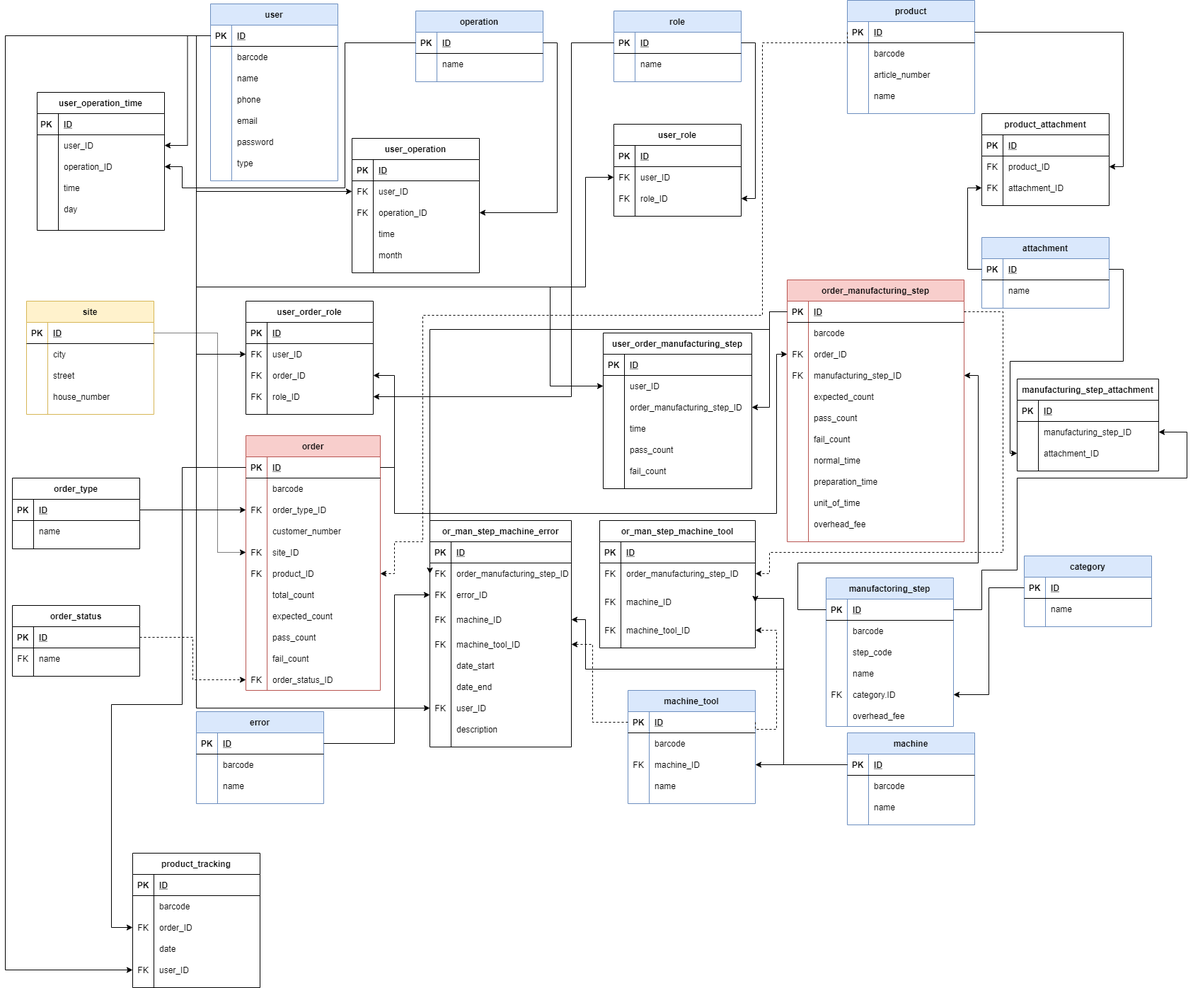
The draw.io diagram DOC/diagrams/database_plan_2_0_0.png in KerteszZoltan/mesterminal, before a commit. Source tidied: cells renumbered, new cells last; positions are measured from the earlier drawing's top-left corner, leaving out a move shared by most shapes.
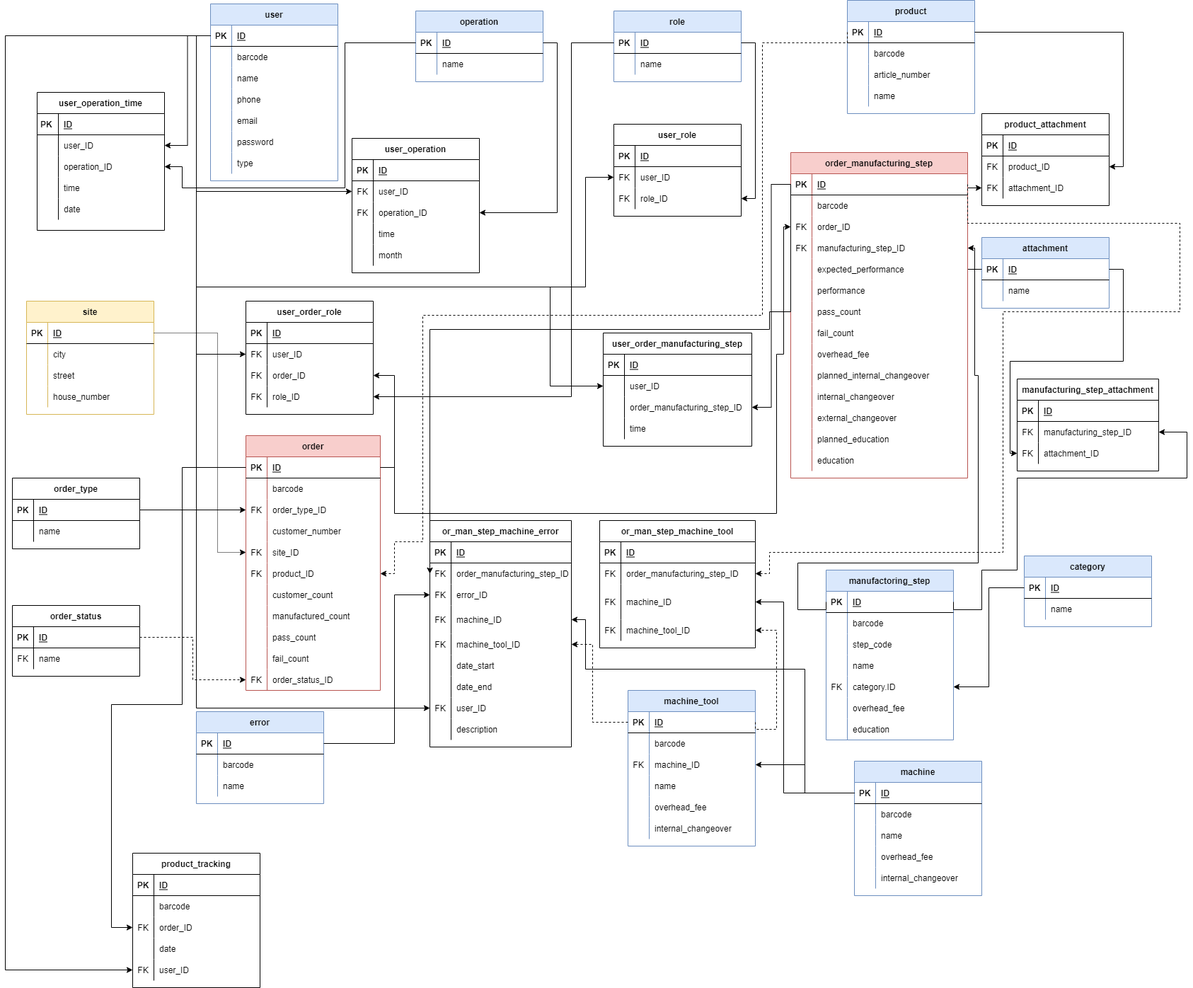
After the commit.

Commit message:
updata database plan png from drawio

What changed in the source:
```diff
@@ -272,3 +272,3 @@
     </mxCell>
-    <mxCell id="89" value="total_count" style="shape=partialRectangle;fillColor=none;top=0;left=0;bottom=0;right=0;align=left;spacingLeft=6;overflow=hidden;" parent="87" vertex="1">
+    <mxCell id="89" value="customer_count" style="shape=partialRectangle;fillColor=none;top=0;left=0;bottom=0;right=0;align=left;spacingLeft=6;overflow=hidden;" parent="87" vertex="1">
       <mxGeometry x="30" width="160" height="30" as="geometry" />
@@ -281,3 +281,3 @@
     </mxCell>
-    <mxCell id="92" value="expected_count" style="shape=partialRectangle;fillColor=none;top=0;left=0;bottom=0;right=0;align=left;spacingLeft=6;overflow=hidden;" parent="90" vertex="1">
+    <mxCell id="92" value="manufactured_count" style="shape=partialRectangle;fillColor=none;top=0;left=0;bottom=0;right=0;align=left;spacingLeft=6;overflow=hidden;" parent="90" vertex="1">
       <mxGeometry x="30" width="160" height="30" as="geometry" />
@@ -471,3 +471,3 @@
     <mxCell id="155" value="machine" style="shape=table;startSize=30;rowLines=0;fontStyle=1;align=center;fillColor=#dae8fc;strokeColor=#6c8ebf;" parent="1" vertex="1">
-      <mxGeometry x="1190" y="1035" width="180" height="130" as="geometry" />
+      <mxGeometry x="1200" y="1075" width="180" height="190" as="geometry" />
     </mxCell>
@@ -500,2 +500,20 @@
     </mxCell>
+    <mxCell id="396" style="shape=partialRectangle;fillColor=none;top=0;left=0;bottom=0;right=0;" parent="155" vertex="1">
+      <mxGeometry y="120" width="180" height="30" as="geometry" />
+    </mxCell>
+    <mxCell id="397" style="shape=partialRectangle;fillColor=none;top=0;left=0;bottom=0;right=0;overflow=hidden;" parent="396" vertex="1">
+      <mxGeometry width="30" height="30" as="geometry" />
+    </mxCell>
+    <mxCell id="398" value="overhead_fee" style="shape=partialRectangle;fillColor=none;top=0;left=0;bottom=0;right=0;align=left;spacingLeft=6;overflow=hidden;" parent="396" vertex="1">
+      <mxGeometry x="30" width="150" height="30" as="geometry" />
+    </mxCell>
+    <mxCell id="399" style="shape=partialRectangle;fillColor=none;top=0;left=0;bottom=0;right=0;" parent="155" vertex="1">
+      <mxGeometry y="150" width="180" height="30" as="geometry" />
+    </mxCell>
+    <mxCell id="400" style="shape=partialRectangle;fillColor=none;top=0;left=0;bottom=0;right=0;overflow=hidden;" parent="399" vertex="1">
+      <mxGeometry width="30" height="30" as="geometry" />
+    </mxCell>
+    <mxCell id="401" value="internal_changeover" style="shape=partialRectangle;fillColor=none;top=0;left=0;bottom=0;right=0;align=left;spacingLeft=6;overflow=hidden;" parent="399" vertex="1">
+      <mxGeometry x="30" width="150" height="30" as="geometry" />
+    </mxCell>
     <mxCell id="165" value="or_man_step_machine_tool" style="shape=table;startSize=30;rowLines=0;fontStyle=1;align=center;" parent="1" vertex="1">
@@ -542,4 +560,4 @@
         <Array as="points">
-          <mxPoint x="1100" y="1080" />
-          <mxPoint x="1100" y="845" />
+          <mxPoint x="1100" y="1120" />
+          <mxPoint x="1100" y="850" />
         </Array>
@@ -704,3 +722,3 @@
     <mxCell id="231" value="manufactoring_step" style="shape=table;startSize=30;rowLines=0;fontStyle=1;align=center;fillColor=#dae8fc;strokeColor=#6c8ebf;" parent="1" vertex="1">
-      <mxGeometry x="1160" y="816" width="180" height="210" as="geometry" />
+      <mxGeometry x="1160" y="805" width="180" height="240" as="geometry" />
     </mxCell>
@@ -760,2 +778,11 @@
     </mxCell>
+    <mxCell id="402" style="shape=partialRectangle;fillColor=none;top=0;left=0;bottom=0;right=0;" parent="231" vertex="1">
+      <mxGeometry y="210" width="180" height="30" as="geometry" />
+    </mxCell>
+    <mxCell id="403" value="      &#10;" style="shape=partialRectangle;fillColor=none;top=0;left=0;bottom=0;right=0;overflow=hidden;" parent="402" vertex="1">
+      <mxGeometry width="30" height="30" as="geometry" />
+    </mxCell>
+    <mxCell id="404" value="education" style="shape=partialRectangle;fillColor=none;top=0;left=0;bottom=0;right=0;align=left;spacingLeft=6;overflow=hidden;" parent="402" vertex="1">
+      <mxGeometry x="30" width="150" height="30" as="geometry" />
+    </mxCell>
     <mxCell id="250" value="category" style="shape=table;startSize=30;rowLines=0;fontStyle=1;align=center;fillColor=#dae8fc;strokeColor=#6c8ebf;" parent="1" vertex="1">
@@ -785,3 +812,3 @@
     <mxCell id="258" value="order_manufacturing_step" style="shape=table;startSize=30;rowLines=0;fontStyle=1;align=center;fillColor=#f8cecc;strokeColor=#b85450;" parent="1" vertex="1">
-      <mxGeometry x="1105" y="395" width="250" height="370" as="geometry" />
+      <mxGeometry x="1110" y="215" width="250" height="460" as="geometry" />
     </mxCell>
@@ -829,7 +856,16 @@
     </mxCell>
-    <mxCell id="273" value="expected_count" style="shape=partialRectangle;fillColor=none;top=0;left=0;bottom=0;right=0;align=left;spacingLeft=6;overflow=hidden;" parent="271" vertex="1">
+    <mxCell id="273" value="expected_performance" style="shape=partialRectangle;fillColor=none;top=0;left=0;bottom=0;right=0;align=left;spacingLeft=6;overflow=hidden;" parent="271" vertex="1">
       <mxGeometry x="30" width="220" height="30" as="geometry" />
     </mxCell>
+    <mxCell id="405" style="shape=partialRectangle;fillColor=none;top=0;left=0;bottom=0;right=0;" parent="258" vertex="1">
+      <mxGeometry y="180" width="250" height="30" as="geometry" />
+    </mxCell>
+    <mxCell id="406" style="shape=partialRectangle;fillColor=none;top=0;left=0;bottom=0;right=0;overflow=hidden;" parent="405" vertex="1">
+      <mxGeometry width="30" height="30" as="geometry" />
+    </mxCell>
+    <mxCell id="407" value="performance" style="shape=partialRectangle;fillColor=none;top=0;left=0;bottom=0;right=0;align=left;spacingLeft=6;overflow=hidden;" parent="405" vertex="1">
+      <mxGeometry x="30" width="220" height="30" as="geometry" />
+    </mxCell>
     <mxCell id="274" style="shape=partialRectangle;fillColor=none;top=0;left=0;bottom=0;right=0;" parent="258" vertex="1">
-      <mxGeometry y="180" width="250" height="30" as="geometry" />
+      <mxGeometry y="210" width="250" height="30" as="geometry" />
     </mxCell>
@@ -842,3 +878,3 @@
     <mxCell id="277" style="shape=partialRectangle;fillColor=none;top=0;left=0;bottom=0;right=0;" parent="258" vertex="1">
-      <mxGeometry y="210" width="250" height="30" as="geometry" />
+      <mxGeometry y="240" width="250" height="30" as="geometry" />
     </mxCell>
@@ -850,13 +886,13 @@
     </mxCell>
-    <mxCell id="280" style="shape=partialRectangle;fillColor=none;top=0;left=0;bottom=0;right=0;" parent="258" vertex="1">
-      <mxGeometry y="240" width="250" height="30" as="geometry" />
-    </mxCell>
-    <mxCell id="281" style="shape=partialRectangle;fillColor=none;top=0;left=0;bottom=0;right=0;overflow=hidden;" parent="280" vertex="1">
-      <mxGeometry width="30" height="30" as="geometry" />
-    </mxCell>
-    <mxCell id="282" value="normal_time" style="shape=partialRectangle;fillColor=none;top=0;left=0;bottom=0;right=0;align=left;spacingLeft=6;overflow=hidden;" parent="280" vertex="1">
-      <mxGeometry x="30" width="220" height="30" as="geometry" />
-    </mxCell>
+    <mxCell id="289" style="shape=partialRectangle;fillColor=none;top=0;left=0;bottom=0;right=0;" parent="258" vertex="1">
+      <mxGeometry y="270" width="250" height="30" as="geometry" />
+    </mxCell>
+    <mxCell id="290" style="shape=partialRectangle;fillColor=none;top=0;left=0;bottom=0;right=0;overflow=hidden;" parent="289" vertex="1">
+      <mxGeometry width="30" height="30" as="geometry" />
+    </mxCell>
+    <mxCell id="291" value="overhead_fee" style="shape=partialRectangle;fillColor=none;top=0;left=0;bottom=0;right=0;align=left;spacingLeft=6;overflow=hidden;fontColor=default;" parent="289" vertex="1">
+      <mxGeometry x="30" width="220" height="30" as="geometry" />
+    </mxCell>
     <mxCell id="283" style="shape=partialRectangle;fillColor=none;top=0;left=0;bottom=0;right=0;" parent="258" vertex="1">
-      <mxGeometry y="270" width="250" height="30" as="geometry" />
+      <mxGeometry y="300" width="250" height="30" as="geometry" />
     </mxCell>
@@ -865,23 +901,41 @@
     </mxCell>
-    <mxCell id="285" value="preparation_time" style="shape=partialRectangle;fillColor=none;top=0;left=0;bottom=0;right=0;align=left;spacingLeft=6;overflow=hidden;" parent="283" vertex="1">
+    <mxCell id="285" value="planned_internal_changeover" style="shape=partialRectangle;fillColor=none;top=0;left=0;bottom=0;right=0;align=left;spacingLeft=6;overflow=hidden;" parent="283" vertex="1">
       <mxGeometry x="30" width="220" height="30" as="geometry" />
     </mxCell>
-    <mxCell id="286" style="shape=partialRectangle;fillColor=none;top=0;left=0;bottom=0;right=0;strokeColor=default;fontColor=default;" parent="258" vertex="1">
-      <mxGeometry y="300" width="250" height="30" as="geometry" />
-    </mxCell>
-    <mxCell id="287" style="shape=partialRectangle;fillColor=none;top=0;left=0;bottom=0;right=0;overflow=hidden;" parent="286" vertex="1">
-      <mxGeometry width="30" height="30" as="geometry" />
-    </mxCell>
-    <mxCell id="288" value="unit_of_time" style="shape=partialRectangle;fillColor=none;top=0;left=0;bottom=0;right=0;align=left;spacingLeft=6;overflow=hidden;" parent="286" vertex="1">
-      <mxGeometry x="30" width="220" height="30" as="geometry" />
-    </mxCell>
-    <mxCell id="289" style="shape=partialRectangle;fillColor=none;top=0;left=0;bottom=0;right=0;" parent="258" vertex="1">
-      <mxGeometry y="330" width="250" height="30" as="geometry" />
-    </mxCell>
-    <mxCell id="290" style="shape=partialRectangle;fillColor=none;top=0;left=0;bottom=0;right=0;overflow=hidden;" parent="289" vertex="1">
-      <mxGeometry width="30" height="30" as="geometry" />
-    </mxCell>
-    <mxCell id="291" value="overhead_fee" style="shape=partialRectangle;fillColor=none;top=0;left=0;bottom=0;right=0;align=left;spacingLeft=6;overflow=hidden;fontColor=default;" parent="289" vertex="1">
-      <mxGeometry x="30" width="220" height="30" as="geometry" />
-    </mxCell>
+    <mxCell id="408" style="shape=partialRectangle;fillColor=none;top=0;left=0;bottom=0;right=0;" parent="258" vertex="1">
+      <mxGeometry y="330" width="250" height="30" as="geometry" />
+    </mxCell>
+    <mxCell id="409" style="shape=partialRectangle;fillColor=none;top=0;left=0;bottom=0;right=0;overflow=hidden;" parent="408" vertex="1">
+      <mxGeometry width="30" height="30" as="geometry" />
+    </mxCell>
+    <mxCell id="410" value="internal_changeover" style="shape=partialRectangle;fillColor=none;top=0;left=0;bottom=0;right=0;align=left;spacingLeft=6;overflow=hidden;" parent="408" vertex="1">
+      <mxGeometry x="30" width="220" height="30" as="geometry" />
+    </mxCell>
+    <mxCell id="411" style="shape=partialRectangle;fillColor=none;top=0;left=0;bottom=0;right=0;" parent="258" vertex="1">
+      <mxGeometry y="360" width="250" height="30" as="geometry" />
+    </mxCell>
+    <mxCell id="412" style="shape=partialRectangle;fillColor=none;top=0;left=0;bottom=0;right=0;overflow=hidden;" parent="411" vertex="1">
+      <mxGeometry width="30" height="30" as="geometry" />
+    </mxCell>
+    <mxCell id="413" value="external_changeover" style="shape=partialRectangle;fillColor=none;top=0;left=0;bottom=0;right=0;align=left;spacingLeft=6;overflow=hidden;" parent="411" vertex="1">
+      <mxGeometry x="30" width="220" height="30" as="geometry" />
+    </mxCell>
+    <mxCell id="414" style="shape=partialRectangle;fillColor=none;top=0;left=0;bottom=0;right=0;" parent="258" vertex="1">
+      <mxGeometry y="390" width="250" height="30" as="geometry" />
+    </mxCell>
+    <mxCell id="415" style="shape=partialRectangle;fillColor=none;top=0;left=0;bottom=0;right=0;overflow=hidden;" parent="414" vertex="1">
+      <mxGeometry width="30" height="30" as="geometry" />
+    </mxCell>
+    <mxCell id="416" value="planned_education" style="shape=partialRectangle;fillColor=none;top=0;left=0;bottom=0;right=0;align=left;spacingLeft=6;overflow=hidden;" parent="414" vertex="1">
+      <mxGeometry x="30" width="220" height="30" as="geometry" />
+    </mxCell>
+    <mxCell id="417" style="shape=partialRectangle;fillColor=none;top=0;left=0;bottom=0;right=0;" parent="258" vertex="1">
+      <mxGeometry y="420" width="250" height="30" as="geometry" />
+    </mxCell>
+    <mxCell id="418" style="shape=partialRectangle;fillColor=none;top=0;left=0;bottom=0;right=0;overflow=hidden;" parent="417" vertex="1">
+      <mxGeometry width="30" height="30" as="geometry" />
+    </mxCell>
+    <mxCell id="419" value="education" style="shape=partialRectangle;fillColor=none;top=0;left=0;bottom=0;right=0;align=left;spacingLeft=6;overflow=hidden;" parent="417" vertex="1">
+      <mxGeometry x="30" width="220" height="30" as="geometry" />
+    </mxCell>
     <mxCell id="292" style="edgeStyle=orthogonalEdgeStyle;rounded=0;jettySize=auto;html=1;exitX=1;exitY=0.5;exitDx=0;exitDy=0;entryX=0;entryY=0.5;entryDx=0;entryDy=0;" parent="1" edge="1" source="69" target="265">
@@ -893,2 +947,4 @@
           <mxPoint x="1090" y="500" />
+          <mxPoint x="1100" y="500" />
+          <mxPoint x="1100" y="320" />
         </Array>
@@ -903,2 +959,4 @@
           <mxPoint x="1375" y="530" />
+          <mxPoint x="1370" y="530" />
+          <mxPoint x="1370" y="350" />
         </Array>
@@ -922,3 +980,3 @@
     <mxCell id="296" value="machine_tool" style="shape=table;startSize=30;rowLines=0;fontStyle=1;align=center;fillColor=#dae8fc;strokeColor=#6c8ebf;" parent="1" vertex="1">
-      <mxGeometry x="880" y="975" width="180" height="160" as="geometry" />
+      <mxGeometry x="880" y="975" width="180" height="220" as="geometry" />
     </mxCell>
@@ -960,2 +1018,20 @@
     </mxCell>
+    <mxCell id="420" style="shape=partialRectangle;fillColor=none;top=0;left=0;bottom=0;right=0;" parent="296" vertex="1">
+      <mxGeometry y="150" width="180" height="30" as="geometry" />
+    </mxCell>
+    <mxCell id="421" style="shape=partialRectangle;fillColor=none;top=0;left=0;bottom=0;right=0;overflow=hidden;" parent="420" vertex="1">
+      <mxGeometry width="30" height="30" as="geometry" />
+    </mxCell>
+    <mxCell id="422" value="overhead_fee" style="shape=partialRectangle;fillColor=none;top=0;left=0;bottom=0;right=0;align=left;spacingLeft=6;overflow=hidden;" parent="420" vertex="1">
+      <mxGeometry x="30" width="150" height="30" as="geometry" />
+    </mxCell>
+    <mxCell id="423" style="shape=partialRectangle;fillColor=none;top=0;left=0;bottom=0;right=0;" parent="296" vertex="1">
+      <mxGeometry y="180" width="180" height="30" as="geometry" />
+    </mxCell>
+    <mxCell id="424" style="shape=partialRectangle;fillColor=none;top=0;left=0;bottom=0;right=0;overflow=hidden;" parent="423" vertex="1">
+      <mxGeometry width="30" height="30" as="geometry" />
+    </mxCell>
+    <mxCell id="425" value="internal_changeover" style="shape=partialRectangle;fillColor=none;top=0;left=0;bottom=0;right=0;align=left;spacingLeft=6;overflow=hidden;" parent="423" vertex="1">
+      <mxGeometry x="30" width="150" height="30" as="geometry" />
+    </mxCell>
     <mxCell id="309" style="edgeStyle=orthogonalEdgeStyle;rounded=0;jettySize=auto;html=1;exitX=0;exitY=0.5;exitDx=0;exitDy=0;entryX=1;entryY=0.5;entryDx=0;entryDy=0;" parent="1" edge="1" source="156" target="137">
@@ -963,4 +1039,4 @@
         <Array as="points">
-          <mxPoint x="1100" y="1080" />
-          <mxPoint x="1100" y="945" />
+          <mxPoint x="1130" y="1120" />
+          <mxPoint x="1130" y="945" />
           <mxPoint x="820" y="945" />
@@ -1041,3 +1117,3 @@
     <mxCell id="324" value="user_order_manufacturing_step" style="shape=table;startSize=30;rowLines=0;fontStyle=1;align=center;" parent="1" vertex="1">
-      <mxGeometry x="845" y="470" width="210" height="220" as="geometry" />
+      <mxGeometry x="845" y="470" width="210" height="160" as="geometry" />
     </mxCell>
@@ -1073,5 +1149,5 @@
     </mxCell>
-    <mxCell id="335" style="shape=partialRectangle;fillColor=none;top=0;left=0;bottom=0;right=0;overflow=hidden;" parent="334" vertex="1">
-      <mxGeometry width="30" height="30" as="geometry" />
-    </mxCell>
+    <mxCell id="426" style="shape=partialRectangle;fillColor=none;top=0;left=0;bottom=0;right=0;overflow=hidden;" parent="334" vertex="1">
+      <mxGeometry width="30" height="30" as="geometry" />
+    </mxCell>
     <mxCell id="336" value="time" style="shape=partialRectangle;fillColor=none;top=0;left=0;bottom=0;right=0;align=left;spacingLeft=6;overflow=hidden;" parent="334" vertex="1">
@@ -1079,20 +1155,2 @@
     </mxCell>
-    <mxCell id="337" style="shape=partialRectangle;fillColor=none;top=0;left=0;bottom=0;right=0;" parent="324" vertex="1">
-      <mxGeometry y="150" width="210" height="30" as="geometry" />
-    </mxCell>
-    <mxCell id="338" style="shape=partialRectangle;fillColor=none;top=0;left=0;bottom=0;right=0;overflow=hidden;" parent="337" vertex="1">
-      <mxGeometry width="30" height="30" as="geometry" />
-    </mxCell>
-    <mxCell id="339" value="pass_count" style="shape=partialRectangle;fillColor=none;top=0;left=0;bottom=0;right=0;align=left;spacingLeft=6;overflow=hidden;" parent="337" vertex="1">
-      <mxGeometry x="30" width="180" height="30" as="geometry" />
-    </mxCell>
-    <mxCell id="340" style="shape=partialRectangle;fillColor=none;top=0;left=0;bottom=0;right=0;" parent="324" vertex="1">
-      <mxGeometry y="180" width="210" height="30" as="geometry" />
-    </mxCell>
-    <mxCell id="341" style="shape=partialRectangle;fillColor=none;top=0;left=0;bottom=0;right=0;overflow=hidden;" parent="340" vertex="1">
-      <mxGeometry width="30" height="30" as="geometry" />
-    </mxCell>
-    <mxCell id="342" value="fail_count" style="shape=partialRectangle;fillColor=none;top=0;left=0;bottom=0;right=0;align=left;spacingLeft=6;overflow=hidden;" parent="340" vertex="1">
-      <mxGeometry x="30" width="180" height="30" as="geometry" />
-    </mxCell>
     <mxCell id="343" style="edgeStyle=orthogonalEdgeStyle;rounded=0;jettySize=auto;html=1;exitX=0;exitY=0.5;exitDx=0;exitDy=0;entryX=1;entryY=0.5;entryDx=0;entryDy=0;" parent="1" edge="1" source="259" target="331">
@@ -1113,2 +1171,5 @@
         <Array as="points">
+          <mxPoint x="1360" y="315" />
+          <mxPoint x="1660" y="315" />
+          <mxPoint x="1660" y="440" />
           <mxPoint x="1410" y="440" />
@@ -1138,3 +1199,3 @@
     </mxCell>
-    <mxCell id="352" style="shape=partialRectangle;fillColor=none;top=0;left=0;bottom=0;right=0;overflow=hidden;" parent="351" vertex="1">
+    <mxCell id="352" value="FK" style="shape=partialRectangle;fillColor=none;top=0;left=0;bottom=0;right=0;overflow=hidden;" parent="351" vertex="1">
       <mxGeometry width="30" height="30" as="geometry" />
@@ -1147,3 +1208,3 @@
     </mxCell>
-    <mxCell id="355" style="shape=partialRectangle;fillColor=none;top=0;left=0;bottom=0;right=0;overflow=hidden;" parent="354" vertex="1">
+    <mxCell id="355" value="FK" style="shape=partialRectangle;fillColor=none;top=0;left=0;bottom=0;right=0;overflow=hidden;" parent="354" vertex="1">
       <mxGeometry width="30" height="30" as="geometry" />
@@ -1294,3 +1355,3 @@
     </mxCell>
-    <mxCell id="393" value="day" style="shape=partialRectangle;fillColor=none;top=0;left=0;bottom=0;right=0;align=left;spacingLeft=6;overflow=hidden;" parent="391" vertex="1">
+    <mxCell id="393" value="date" style="shape=partialRectangle;fillColor=none;top=0;left=0;bottom=0;right=0;align=left;spacingLeft=6;overflow=hidden;" parent="391" vertex="1">
       <mxGeometry x="30" width="150" height="30" as="geometry" />
```
